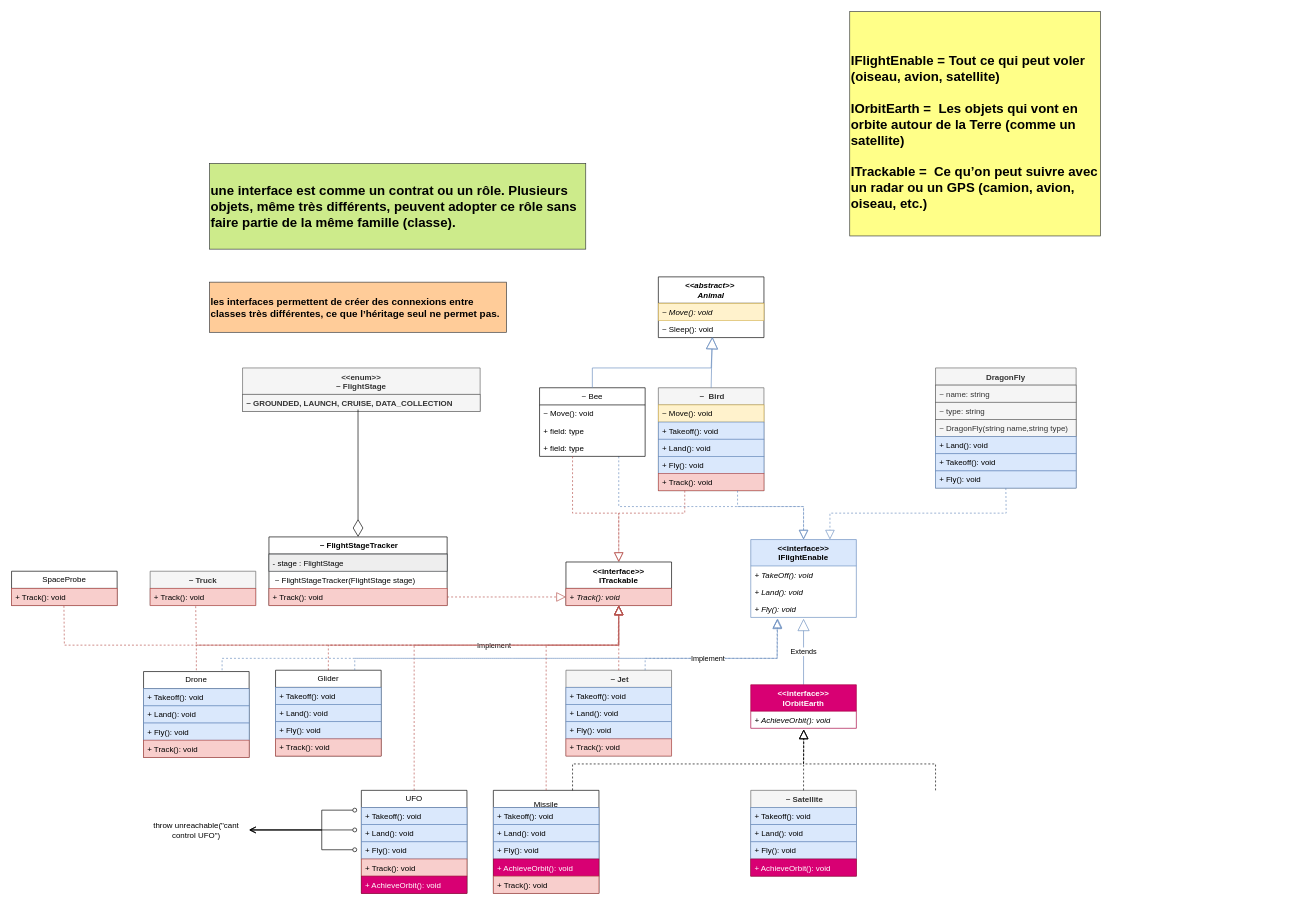
The draw.io diagram Interface Exercice.drawio in descoteauxwilliam-hue/OOP6_exercice1, before the edit. Source tidied: cells renumbered, new cells numbered last; positions are measured from the earlier drawing's top-left corner, leaving out a move shared by most shapes. Both pictures are drawn from the tidied source at 66%, with x=0, y=0 at pixel (11, 11).
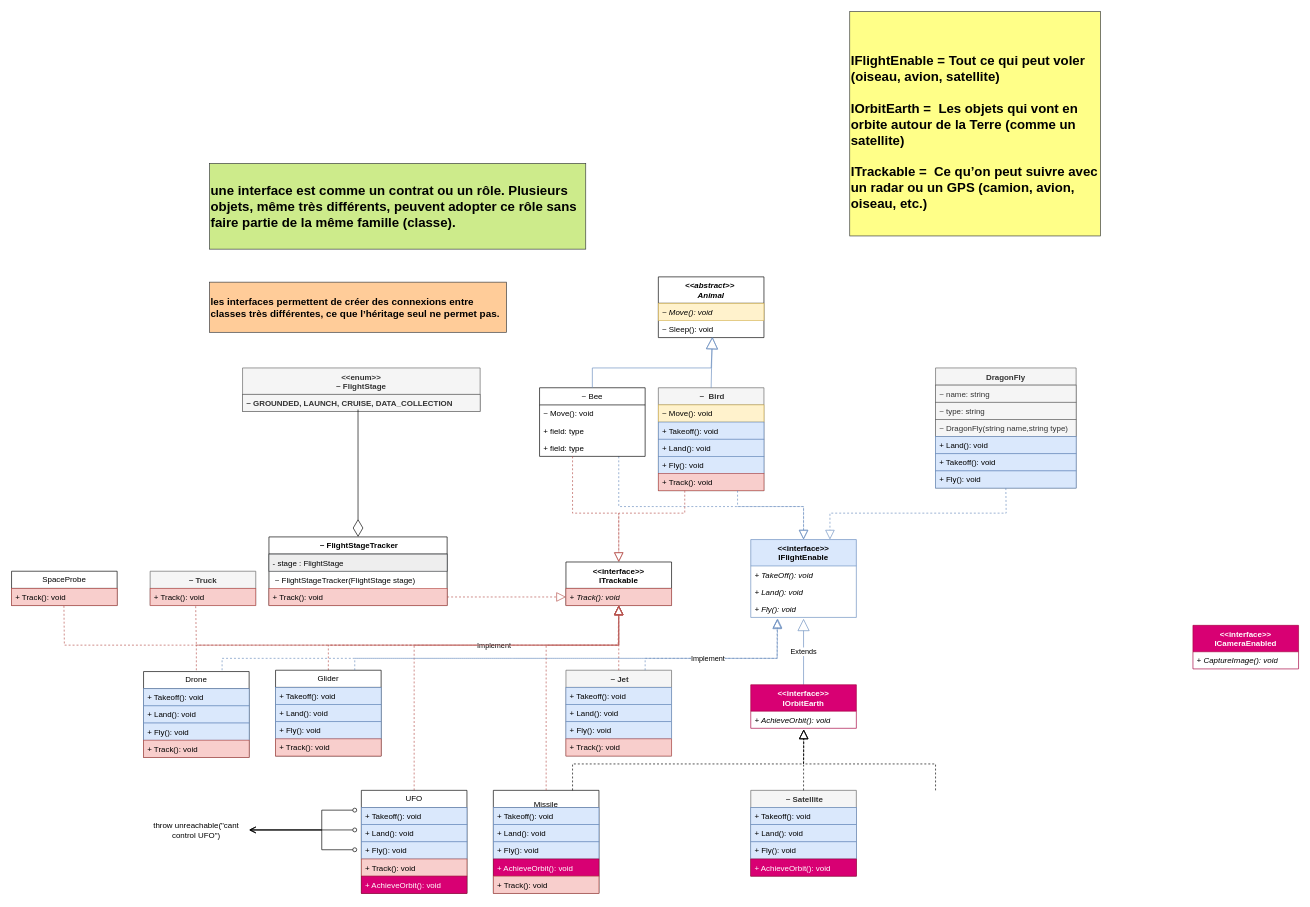
The same page after the edit.

The edit, as a diff of the source:
```diff
@@
+    <mxCell id="104" value="&amp;lt;&amp;lt;interface&amp;gt;&amp;gt;&lt;div&gt;ICameraEnabled&lt;/div&gt;" style="swimlane;fontStyle=1;align=center;verticalAlign=top;horizontal=1;startSize=40;whiteSpace=wrap;html=1;fillColor=#d80073;fontColor=#ffffff;strokeColor=#A50040;" parent="1" vertex="1">
+      <mxGeometry x="1790" y="930" width="160" height="66" as="geometry" />
+    </mxCell>
+    <mxCell id="105" value="&lt;i&gt;+ CaptureImage(): void&lt;/i&gt;" style="text;strokeColor=none;fillColor=none;align=left;verticalAlign=top;spacingLeft=4;spacingRight=4;overflow=hidden;whiteSpace=wrap;html=1;" parent="104" vertex="1">
+      <mxGeometry y="40" width="160" height="26" as="geometry" />
+    </mxCell>
```
